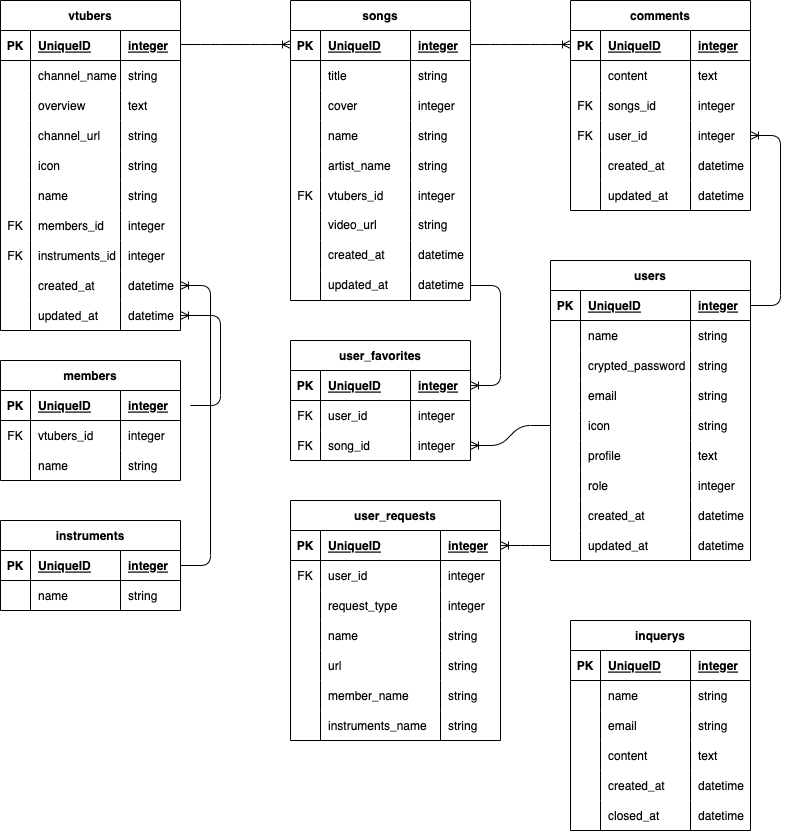
Above: ER .png in dexias9024/vtuber_song_search (draw.io), before the change. Source tidied: cells renumbered, new cells last; positions are measured from the earlier drawing's top-left corner, leaving out a move shared by most shapes.
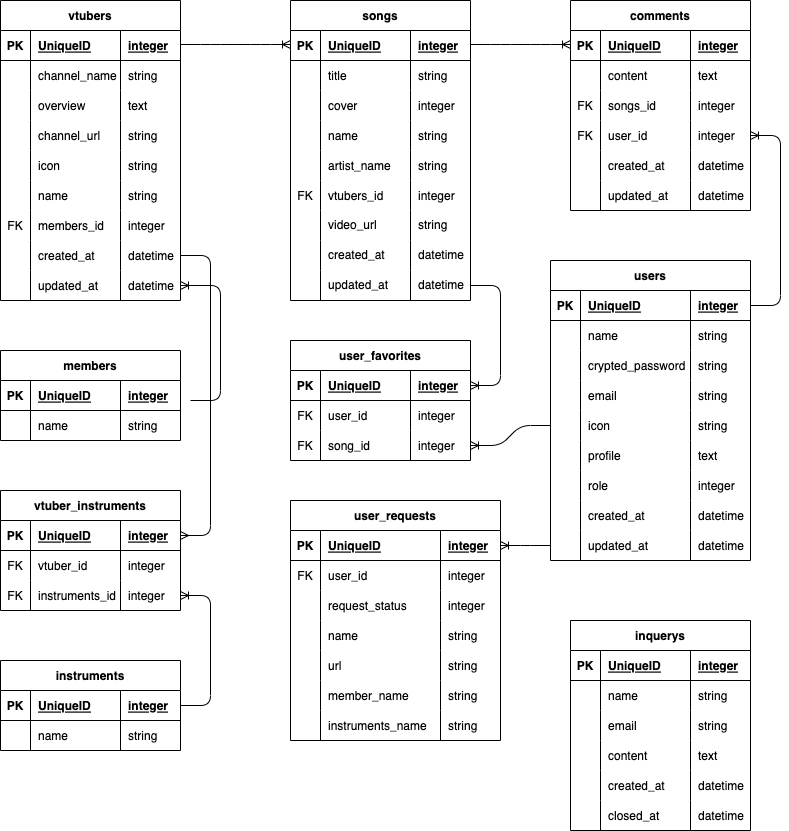
Above is the later version.

Change to the diagram source:
```diff
@@ -3,7 +3,7 @@
     <mxCell id="0" />
     <mxCell id="1" parent="0" />
     <mxCell id="2" value="vtubers" style="shape=table;startSize=30;rowLines=0;fontStyle=1;align=center;fillColor=none;" parent="1" vertex="1">
-      <mxGeometry width="180" height="330" as="geometry" />
+      <mxGeometry width="180" height="300" as="geometry" />
     </mxCell>
     <mxCell id="3" style="shape=tableRow;horizontal=0;startSize=0;swimlaneHead=0;swimlaneBody=0;fillColor=none;top=0;left=0;right=0;bottom=1;" parent="2" vertex="1">
       <mxGeometry y="30" width="180" height="30" as="geometry" />
@@ -89,20 +89,8 @@
     <mxCell id="30" value="integer" style="shape=partialRectangle;fillColor=none;top=0;left=0;bottom=0;right=0;align=left;spacingLeft=6;overflow=hidden;" parent="27" vertex="1">
       <mxGeometry x="120" width="60" height="30" as="geometry" />
     </mxCell>
-    <mxCell id="31" style="shape=tableRow;horizontal=0;startSize=0;swimlaneHead=0;swimlaneBody=0;fillColor=none;top=0;left=0;right=0;bottom=0;" parent="2" vertex="1">
-      <mxGeometry y="240" width="180" height="30" as="geometry" />
-    </mxCell>
-    <mxCell id="32" value="FK" style="shape=partialRectangle;fillColor=none;top=0;left=0;bottom=0;right=0;overflow=hidden;" parent="31" vertex="1">
-      <mxGeometry width="30" height="30" as="geometry" />
-    </mxCell>
-    <mxCell id="33" value="instruments_id" style="shape=partialRectangle;fillColor=none;top=0;left=0;bottom=0;right=0;align=left;spacingLeft=6;overflow=hidden;" parent="31" vertex="1">
-      <mxGeometry x="30" width="90" height="30" as="geometry" />
-    </mxCell>
-    <mxCell id="34" value="integer" style="shape=partialRectangle;fillColor=none;top=0;left=0;bottom=0;right=0;align=left;spacingLeft=6;overflow=hidden;" parent="31" vertex="1">
-      <mxGeometry x="120" width="60" height="30" as="geometry" />
-    </mxCell>
     <mxCell id="35" style="shape=tableRow;horizontal=0;startSize=0;swimlaneHead=0;swimlaneBody=0;fillColor=none;points=[[0,0.5],[1,0.5]];portConstraint=eastwest;top=0;left=0;right=0;bottom=0;" parent="2" vertex="1">
-      <mxGeometry y="270" width="180" height="30" as="geometry" />
+      <mxGeometry y="240" width="180" height="30" as="geometry" />
     </mxCell>
     <mxCell id="36" style="shape=partialRectangle;fillColor=none;top=0;left=0;bottom=0;right=0;overflow=hidden;" parent="35" vertex="1">
       <mxGeometry width="30" height="30" as="geometry" />
@@ -114,7 +102,7 @@
       <mxGeometry x="120" width="60" height="30" as="geometry" />
     </mxCell>
     <mxCell id="39" style="shape=tableRow;horizontal=0;startSize=0;swimlaneHead=0;swimlaneBody=0;fillColor=none;points=[[0,0.5],[1,0.5]];portConstraint=eastwest;top=0;left=0;right=0;bottom=0;" parent="2" vertex="1">
-      <mxGeometry y="300" width="180" height="30" as="geometry" />
+      <mxGeometry y="270" width="180" height="30" as="geometry" />
     </mxCell>
     <mxCell id="40" style="shape=partialRectangle;fillColor=none;top=0;left=0;bottom=0;right=0;overflow=hidden;" parent="39" vertex="1">
       <mxGeometry width="30" height="30" as="geometry" />
@@ -312,7 +300,7 @@
       <mxGeometry x="120" width="60" height="30" as="geometry" />
     </mxCell>
     <mxCell id="105" value="members" style="shape=table;startSize=30;rowLines=0;fontStyle=1;align=center;fillColor=none;" parent="1" vertex="1">
-      <mxGeometry y="360" width="180" height="120" as="geometry" />
+      <mxGeometry y="350" width="180" height="90" as="geometry" />
     </mxCell>
     <mxCell id="106" style="shape=tableRow;horizontal=0;startSize=0;swimlaneHead=0;swimlaneBody=0;fillColor=none;top=0;left=0;right=0;bottom=1;" parent="105" vertex="1">
       <mxGeometry y="30" width="180" height="30" as="geometry" />
@@ -326,20 +314,8 @@
     <mxCell id="109" value="integer" style="shape=partialRectangle;fillColor=none;top=0;left=0;bottom=0;right=0;align=left;spacingLeft=6;fontStyle=5;overflow=hidden;" parent="106" vertex="1">
       <mxGeometry x="120" width="60" height="30" as="geometry" />
     </mxCell>
-    <mxCell id="110" style="shape=tableRow;horizontal=0;startSize=0;swimlaneHead=0;swimlaneBody=0;fillColor=none;top=0;left=0;right=0;bottom=0;" parent="105" vertex="1">
-      <mxGeometry y="60" width="180" height="30" as="geometry" />
-    </mxCell>
-    <mxCell id="111" value="FK" style="shape=partialRectangle;fillColor=none;top=0;left=0;bottom=0;right=0;overflow=hidden;" parent="110" vertex="1">
-      <mxGeometry width="30" height="30" as="geometry" />
-    </mxCell>
-    <mxCell id="112" value="vtubers_id" style="shape=partialRectangle;fillColor=none;top=0;left=0;bottom=0;right=0;align=left;spacingLeft=6;overflow=hidden;" parent="110" vertex="1">
-      <mxGeometry x="30" width="90" height="30" as="geometry" />
-    </mxCell>
-    <mxCell id="113" value="integer" style="shape=partialRectangle;fillColor=none;top=0;left=0;bottom=0;right=0;align=left;spacingLeft=6;overflow=hidden;" parent="110" vertex="1">
-      <mxGeometry x="120" width="60" height="30" as="geometry" />
-    </mxCell>
     <mxCell id="114" style="shape=tableRow;horizontal=0;startSize=0;swimlaneHead=0;swimlaneBody=0;fillColor=none;top=0;left=0;right=0;bottom=0;" parent="105" vertex="1">
-      <mxGeometry y="90" width="180" height="30" as="geometry" />
+      <mxGeometry y="60" width="180" height="30" as="geometry" />
     </mxCell>
     <mxCell id="115" style="shape=partialRectangle;fillColor=none;top=0;left=0;bottom=0;right=0;overflow=hidden;" parent="114" vertex="1">
       <mxGeometry width="30" height="30" as="geometry" />
@@ -358,7 +334,7 @@
     </mxCell>
     <mxCell id="119" style="edgeStyle=entityRelationEdgeStyle;fontSize=12;html=1;endArrow=ERoneToMany;entryX=1;entryY=0.5;entryDx=0;entryDy=0;" parent="1" edge="1" target="39">
       <mxGeometry relative="1" as="geometry">
-        <mxPoint x="190" y="405" as="sourcePoint" />
+        <mxPoint x="190" y="400" as="sourcePoint" />
       </mxGeometry>
     </mxCell>
     <mxCell id="120" style="edgeStyle=entityRelationEdgeStyle;fontSize=12;html=1;endArrow=ERoneToMany;" parent="1" edge="1">
@@ -368,7 +344,7 @@
       </mxGeometry>
     </mxCell>
     <mxCell id="121" value="instruments" style="shape=table;startSize=30;rowLines=0;fontStyle=1;align=center;fillColor=none;" parent="1" vertex="1">
-      <mxGeometry y="520" width="180" height="90" as="geometry" />
+      <mxGeometry y="660" width="180" height="90" as="geometry" />
     </mxCell>
     <mxCell id="122" style="shape=tableRow;horizontal=0;startSize=0;swimlaneHead=0;swimlaneBody=0;fillColor=none;points=[[0,0.5],[1,0.5]];portConstraint=eastwest;top=0;left=0;right=0;bottom=1;" parent="121" vertex="1">
       <mxGeometry y="30" width="180" height="30" as="geometry" />
@@ -538,7 +514,7 @@
     <mxCell id="177" style="shape=partialRectangle;fillColor=none;top=0;left=0;bottom=0;right=0;overflow=hidden;labelBorderColor=none;" parent="176" vertex="1">
       <mxGeometry width="30" height="30" as="geometry" />
     </mxCell>
-    <mxCell id="178" value="request_type" style="shape=partialRectangle;fillColor=none;top=0;left=0;bottom=0;right=0;align=left;spacingLeft=6;overflow=hidden;labelBorderColor=none;" parent="176" vertex="1">
+    <mxCell id="178" value="request_status" style="shape=partialRectangle;fillColor=none;top=0;left=0;bottom=0;right=0;align=left;spacingLeft=6;overflow=hidden;labelBorderColor=none;" parent="176" vertex="1">
       <mxGeometry x="30" width="120" height="30" as="geometry" />
     </mxCell>
     <mxCell id="179" value="integer" style="shape=partialRectangle;fillColor=none;top=0;left=0;bottom=0;right=0;align=left;spacingLeft=6;overflow=hidden;labelBorderColor=none;" parent="176" vertex="1">
@@ -712,7 +688,7 @@
     <mxCell id="235" value="datetime" style="shape=partialRectangle;top=0;left=0;bottom=0;right=0;align=left;spacingLeft=6;overflow=hidden;shadow=0;labelBorderColor=none;strokeWidth=1;fillColor=none;" parent="232" vertex="1">
       <mxGeometry x="120" width="60" height="30" as="geometry" />
     </mxCell>
-    <mxCell id="236" style="edgeStyle=entityRelationEdgeStyle;fontSize=12;html=1;endArrow=ERoneToMany;exitX=1;exitY=0.5;exitDx=0;exitDy=0;entryX=1;entryY=0.5;entryDx=0;entryDy=0;" parent="1" edge="1" source="122" target="35">
+    <mxCell id="236" style="edgeStyle=entityRelationEdgeStyle;fontSize=12;html=1;endArrow=ERoneToMany;exitX=1;exitY=0.5;exitDx=0;exitDy=0;entryX=1;entryY=0.5;entryDx=0;entryDy=0;" parent="1" edge="1" source="122" target="247">
       <mxGeometry relative="1" as="geometry" />
     </mxCell>
     <mxCell id="237" style="edgeStyle=entityRelationEdgeStyle;fontSize=12;html=1;endArrow=ERoneToMany;exitX=0;exitY=0.5;exitDx=0;exitDy=0;entryX=1;entryY=0.5;entryDx=0;entryDy=0;" parent="1" edge="1" source="147" target="207">
@@ -721,5 +697,47 @@
     <mxCell id="238" style="edgeStyle=entityRelationEdgeStyle;fontSize=12;html=1;endArrow=ERoneToMany;exitX=1;exitY=0.5;exitDx=0;exitDy=0;entryX=1;entryY=0.5;entryDx=0;entryDy=0;" parent="1" edge="1" source="76" target="199">
       <mxGeometry relative="1" as="geometry" />
     </mxCell>
+    <mxCell id="239" value="vtuber_instruments" style="shape=table;startSize=30;rowLines=0;fontStyle=1;align=center;fillColor=none;" parent="1" vertex="1">
+      <mxGeometry y="490" width="180" height="120" as="geometry" />
+    </mxCell>
+    <mxCell id="240" style="shape=tableRow;horizontal=0;startSize=0;swimlaneHead=0;swimlaneBody=0;fillColor=none;points=[[0,0.5],[1,0.5]];portConstraint=eastwest;top=0;left=0;right=0;bottom=1;" parent="239" vertex="1">
+      <mxGeometry y="30" width="180" height="30" as="geometry" />
+    </mxCell>
+    <mxCell id="241" value="PK" style="shape=partialRectangle;fillColor=none;top=0;left=0;bottom=0;right=0;fontStyle=1;overflow=hidden;" parent="240" vertex="1">
+      <mxGeometry width="30" height="30" as="geometry" />
+    </mxCell>
+    <mxCell id="242" value="UniqueID" style="shape=partialRectangle;fillColor=none;top=0;left=0;bottom=0;right=0;align=left;spacingLeft=6;fontStyle=5;overflow=hidden;" parent="240" vertex="1">
+      <mxGeometry x="30" width="90" height="30" as="geometry" />
+    </mxCell>
+    <mxCell id="243" value="integer" style="shape=partialRectangle;fillColor=none;top=0;left=0;bottom=0;right=0;align=left;spacingLeft=6;fontStyle=5;overflow=hidden;" parent="240" vertex="1">
+      <mxGeometry x="120" width="60" height="30" as="geometry" />
+    </mxCell>
+    <mxCell id="110" style="shape=tableRow;horizontal=0;startSize=0;swimlaneHead=0;swimlaneBody=0;fillColor=none;top=0;left=0;right=0;bottom=0;" parent="239" vertex="1">
+      <mxGeometry y="60" width="180" height="30" as="geometry" />
+    </mxCell>
+    <mxCell id="244" value="FK" style="shape=partialRectangle;fillColor=none;top=0;left=0;bottom=0;right=0;overflow=hidden;" parent="110" vertex="1">
+      <mxGeometry width="30" height="30" as="geometry" />
+    </mxCell>
+    <mxCell id="245" value="vtuber_id" style="shape=partialRectangle;fillColor=none;top=0;left=0;bottom=0;right=0;align=left;spacingLeft=6;overflow=hidden;" parent="110" vertex="1">
+      <mxGeometry x="30" width="90" height="30" as="geometry" />
+    </mxCell>
+    <mxCell id="246" value="integer" style="shape=partialRectangle;fillColor=none;top=0;left=0;bottom=0;right=0;align=left;spacingLeft=6;overflow=hidden;" parent="110" vertex="1">
+      <mxGeometry x="120" width="60" height="30" as="geometry" />
+    </mxCell>
+    <mxCell id="247" style="shape=tableRow;horizontal=0;startSize=0;swimlaneHead=0;swimlaneBody=0;fillColor=none;points=[[0,0.5],[1,0.5]];portConstraint=eastwest;top=0;left=0;right=0;bottom=0;" parent="239" vertex="1">
+      <mxGeometry y="90" width="180" height="30" as="geometry" />
+    </mxCell>
+    <mxCell id="248" value="FK" style="shape=partialRectangle;fillColor=none;top=0;left=0;bottom=0;right=0;overflow=hidden;" parent="247" vertex="1">
+      <mxGeometry width="30" height="30" as="geometry" />
+    </mxCell>
+    <mxCell id="33" value="instruments_id" style="shape=partialRectangle;fillColor=none;top=0;left=0;bottom=0;right=0;align=left;spacingLeft=6;overflow=hidden;" parent="247" vertex="1">
+      <mxGeometry x="30" width="90" height="30" as="geometry" />
+    </mxCell>
+    <mxCell id="249" value="integer" style="shape=partialRectangle;fillColor=none;top=0;left=0;bottom=0;right=0;align=left;spacingLeft=6;overflow=hidden;" parent="247" vertex="1">
+      <mxGeometry x="120" width="60" height="30" as="geometry" />
+    </mxCell>
+    <mxCell id="250" style="edgeStyle=entityRelationEdgeStyle;fontSize=12;html=1;endArrow=ERmany;entryX=1;entryY=0.5;entryDx=0;entryDy=0;exitX=1;exitY=0.5;exitDx=0;exitDy=0;" parent="1" edge="1" source="35" target="240">
+      <mxGeometry relative="1" as="geometry" />
+    </mxCell>
   </root>
 </mxGraphModel>
```
